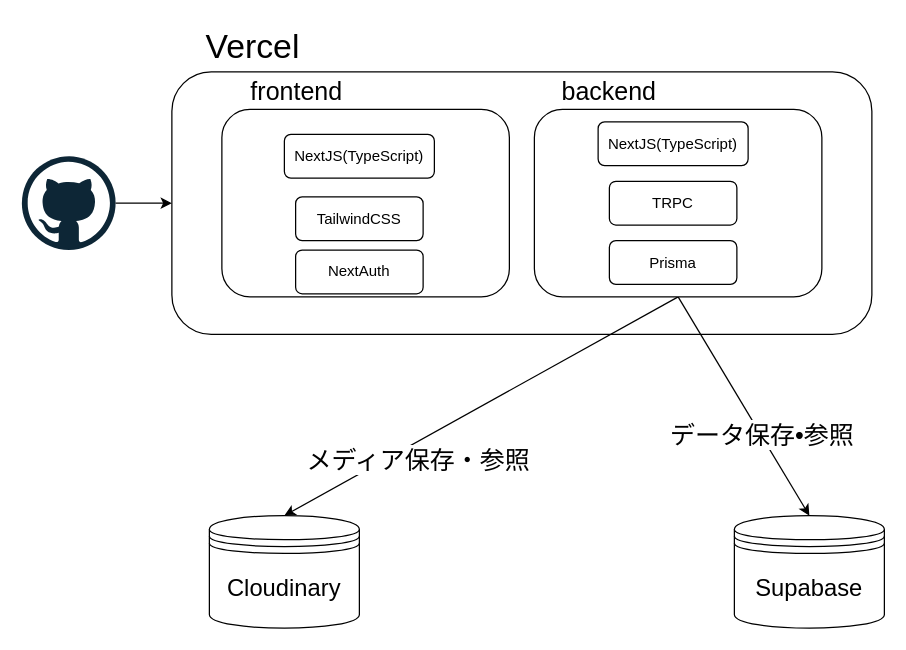
Before: docs/system.drawio in biki-cloud/ems-t3-stack, a draw.io diagram. Source tidied: cells renumbered, new cells numbered last; positions are measured from the earlier drawing's top-left corner, leaving out a move shared by most shapes. Both pictures are drawn from the tidied source at 125%, with x=0, y=0 at pixel (21, 21).
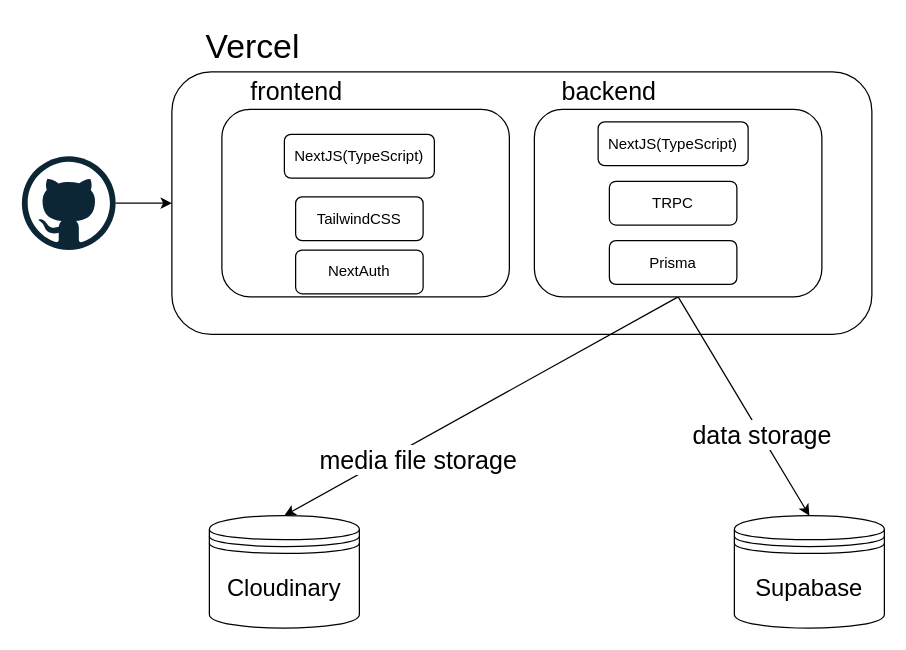
After the change.

The change refers to these unchanged cells:
```xml
<mxCell id="8" style="edgeStyle=none;html=1;entryX=0.5;entryY=0;entryDx=0;entryDy=0;fontSize=27;exitX=0.5;exitY=1;exitDx=0;exitDy=0;" parent="1" edge="1" source="17" target="21">
  <mxGeometry relative="1" as="geometry" />
</mxCell>
<mxCell id="14" style="edgeStyle=none;html=1;entryX=0.5;entryY=0;entryDx=0;entryDy=0;fontSize=27;exitX=0.5;exitY=1;exitDx=0;exitDy=0;" parent="1" edge="1" source="17" target="4">
  <mxGeometry relative="1" as="geometry" />
</mxCell>
```

The edit, as a diff of the source:
```diff
@@
-    <mxCell id="9" value="メディア保存・参照" style="edgeLabel;html=1;align=center;verticalAlign=middle;fontSize=20;" parent="8" vertex="1">
+    <mxCell id="9" value="media file storage" style="edgeLabel;html=1;align=center;verticalAlign=middle;fontSize=20;" parent="8" vertex="1">
       <mxGeometry x="0.04" y="2" relative="1" as="geometry">
         <mxPoint x="-46" y="37" as="offset" />
       </mxGeometry>
     </mxCell>
@@
-    <mxCell id="15" value="データ保存•参照" style="edgeLabel;html=1;align=center;verticalAlign=middle;fontSize=20;" parent="14" vertex="1">
+    <mxCell id="15" value="data storage" style="edgeLabel;html=1;align=center;verticalAlign=middle;fontSize=20;" parent="14" vertex="1">
       <mxGeometry x="0.25" y="1" relative="1" as="geometry" />
     </mxCell>
```
